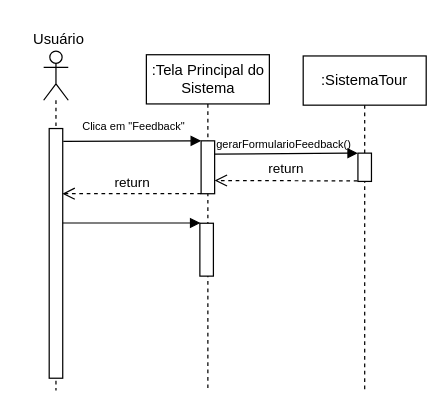
Earlier version of the draw.io diagram DiagramaDeSequencia-AcessarAbaFeedback.drawio (Gigagiga1234/Tour-Virtual). Source tidied: cells renumbered, new cells numbered last; positions are measured from the earlier drawing's top-left corner, leaving out a move shared by most shapes. Both pictures are drawn from the tidied source at 123%, with x=0, y=0 at pixel (21, 21).
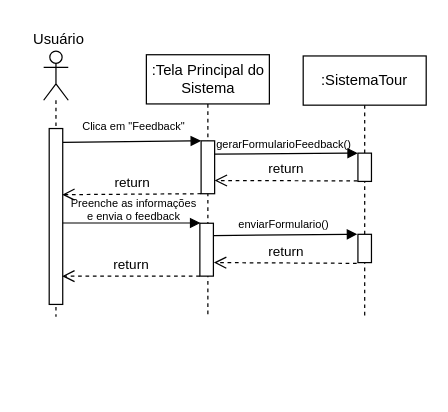
The same diagram, later.

Unchanged cells that the change refers to:
```xml
<mxCell id="7" style="rounded=0;whiteSpace=wrap;html=1;" parent="1" vertex="1">
  <mxGeometry x="146" y="97" width="11" height="43" as="geometry" />
</mxCell>
<mxCell id="16" style="rounded=0;whiteSpace=wrap;html=1;" parent="1" vertex="1">
  <mxGeometry x="145" y="164" width="11" height="43" as="geometry" />
</mxCell>
```

Diff of the diagram source:
```diff
@@
     <mxCell id="3" value=":Tela Principal do Sistema" style="shape=umlLifeline;perimeter=lifelinePerimeter;whiteSpace=wrap;html=1;newEdgeStyle={&quot;curved&quot;:0,&quot;rounded&quot;:0};" parent="1" vertex="1">
-      <mxGeometry x="101.5" y="27" width="100" height="273" as="geometry" />
+      <mxGeometry x="101.5" y="27" width="100" height="213" as="geometry" />
     </mxCell>
     <mxCell id="4" style="shape=umlLifeline;perimeter=lifelinePerimeter;whiteSpace=wrap;html=1;newEdgeStyle={&quot;curved&quot;:0,&quot;rounded&quot;:0};participant=umlActor;" parent="1" vertex="1">
-      <mxGeometry x="18" y="24" width="20" height="276" as="geometry" />
+      <mxGeometry x="18" y="24" width="20" height="216" as="geometry" />
     </mxCell>
     <mxCell id="5" style="rounded=0;whiteSpace=wrap;html=1;" parent="1" vertex="1">
-      <mxGeometry x="22.5" y="87" width="11" height="203" as="geometry" />
+      <mxGeometry x="22.5" y="87" width="11" height="143" as="geometry" />
     </mxCell>
@@
-    <mxCell id="8" style="endArrow=block;html=1;rounded=0;exitX=1.04;exitY=0.051;exitDx=0;exitDy=0;exitPerimeter=0;entryX=0;entryY=0;entryDx=0;entryDy=0;endFill=1;" parent="1" edge="1" source="5" target="7">
+    <mxCell id="8" style="endArrow=block;html=1;rounded=0;exitX=1.022;exitY=0.079;exitDx=0;exitDy=0;exitPerimeter=0;entryX=0;entryY=0;entryDx=0;entryDy=0;endFill=1;" parent="1" edge="1" source="5" target="7">
       <mxGeometry relative="1" as="geometry" />
     </mxCell>
@@
     <mxCell id="12" value=":SistemaTour" style="shape=umlLifeline;perimeter=lifelinePerimeter;whiteSpace=wrap;html=1;newEdgeStyle={&quot;curved&quot;:0,&quot;rounded&quot;:0};" parent="1" vertex="1">
-      <mxGeometry x="229" y="28" width="100" height="272" as="geometry" />
+      <mxGeometry x="229" y="28" width="100" height="212" as="geometry" />
     </mxCell>
@@
-    <mxCell id="14" value="return" style="html=1;verticalAlign=bottom;endArrow=open;dashed=1;endSize=8;curved=0;rounded=0;entryX=0.972;entryY=0.261;entryDx=0;entryDy=0;exitX=0;exitY=1;exitDx=0;exitDy=0;entryPerimeter=0;" parent="1" edge="1" source="7" target="5">
+    <mxCell id="14" value="return" style="html=1;verticalAlign=bottom;endArrow=open;dashed=1;endSize=8;curved=0;rounded=0;entryX=0.961;entryY=0.376;entryDx=0;entryDy=0;exitX=0;exitY=1;exitDx=0;exitDy=0;entryPerimeter=0;" parent="1" edge="1" source="7" target="5">
       <mxGeometry relative="1" as="geometry" />
     </mxCell>
@@
+    <mxCell id="17" value="Preenche as informações&lt;div&gt;e envia o feedback&lt;/div&gt;" style="text;html=1;align=center;verticalAlign=middle;strokeColor=none;fillColor=none;fontSize=9;" parent="1" vertex="1">
+      <mxGeometry x="26" y="133" width="130" height="40" as="geometry" />
+    </mxCell>
+    <mxCell id="18" style="endArrow=block;html=1;rounded=0;exitX=1;exitY=0.25;exitDx=0;exitDy=0;entryX=0;entryY=0;entryDx=0;entryDy=0;endFill=1;" parent="1" edge="1">
+      <mxGeometry relative="1" as="geometry">
+        <mxPoint x="156" y="174" as="sourcePoint" />
+        <mxPoint x="273" y="173" as="targetPoint" />
+      </mxGeometry>
+    </mxCell>
+    <mxCell id="19" style="rounded=0;whiteSpace=wrap;html=1;" parent="1" vertex="1">
+      <mxGeometry x="273.5" y="173" width="11" height="23" as="geometry" />
+    </mxCell>
+    <mxCell id="20" value="enviarFormulario()" style="text;html=1;align=center;verticalAlign=middle;strokeColor=none;fillColor=none;fontSize=9;" parent="1" vertex="1">
+      <mxGeometry x="163" y="155" width="100" height="20" as="geometry" />
+    </mxCell>
+    <mxCell id="21" value="return" style="html=1;verticalAlign=bottom;endArrow=open;dashed=1;endSize=8;curved=0;rounded=0;entryX=1;entryY=0.75;entryDx=0;entryDy=0;" parent="1" edge="1">
+      <mxGeometry relative="1" as="geometry">
+        <mxPoint x="272.5" y="196.6" as="sourcePoint" />
+        <mxPoint x="156.4" y="196" as="targetPoint" />
+      </mxGeometry>
+    </mxCell>
+    <mxCell id="22" value="return" style="html=1;verticalAlign=bottom;endArrow=open;dashed=1;endSize=8;curved=0;rounded=0;entryX=1;entryY=0.75;entryDx=0;entryDy=0;exitX=0;exitY=1;exitDx=0;exitDy=0;" parent="1" edge="1" source="16">
+      <mxGeometry relative="1" as="geometry">
+        <mxPoint x="33" y="207" as="targetPoint" />
+      </mxGeometry>
+    </mxCell>
```
